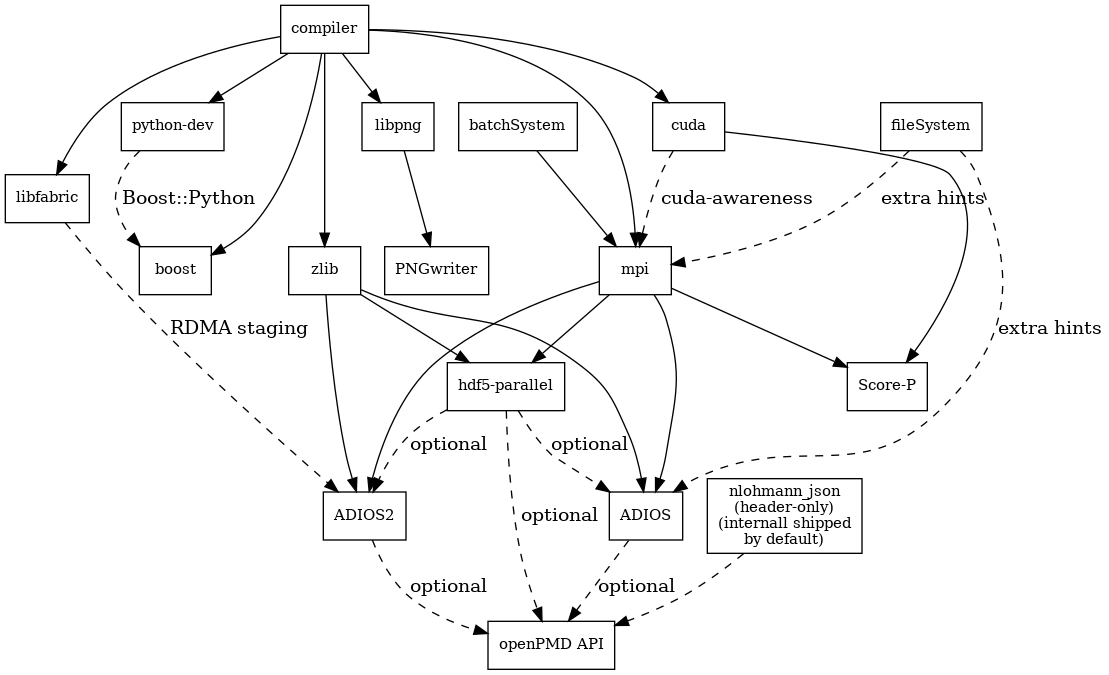
This is libraryDependencies.png from ComputationalRadiationPhysics/picongpu, a Graphviz export, as it was before one commit. Its source is kept beside it as docs/source/install/libraryDependencies.dot.
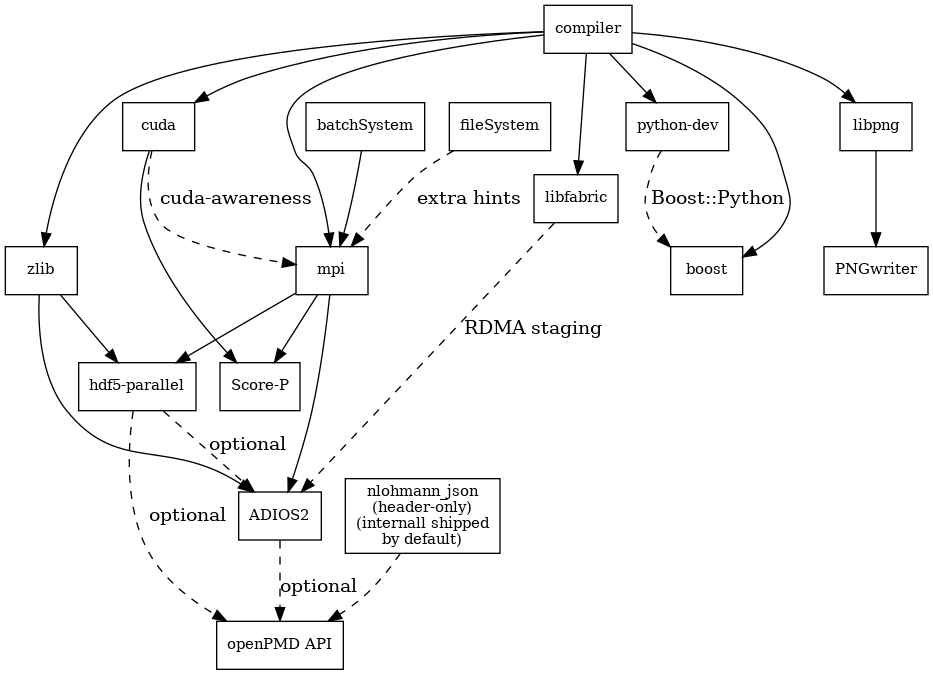
Above is the later version.

Diff of the diagram source:
```diff
@@ -27,12 +27,6 @@
     mpi -> hdf5;
     zlib -> hdf5;
 
-    adios [label="ADIOS"];
-    mpi -> adios;
-    zlib -> adios;
-    hdf5 -> adios [style=dashed label="optional"];
-    fileSystem -> adios [style=dashed label="extra hints"];
-
     adios2 [label="ADIOS2"];
     mpi -> adios2;
     zlib -> adios2;
@@ -42,7 +36,6 @@
 
     openpmd [label="openPMD API"];
     adios2 -> openpmd [style=dashed label="optional"];
-    adios -> openpmd [style=dashed label="optional"];
     hdf5 -> openpmd [style=dashed label="optional"];
     nlohmann_json [label="nlohmann_json\n(header-only)\n(internall shipped\nby default)"];
     nlohmann_json -> openpmd[style=dashed"]
```
